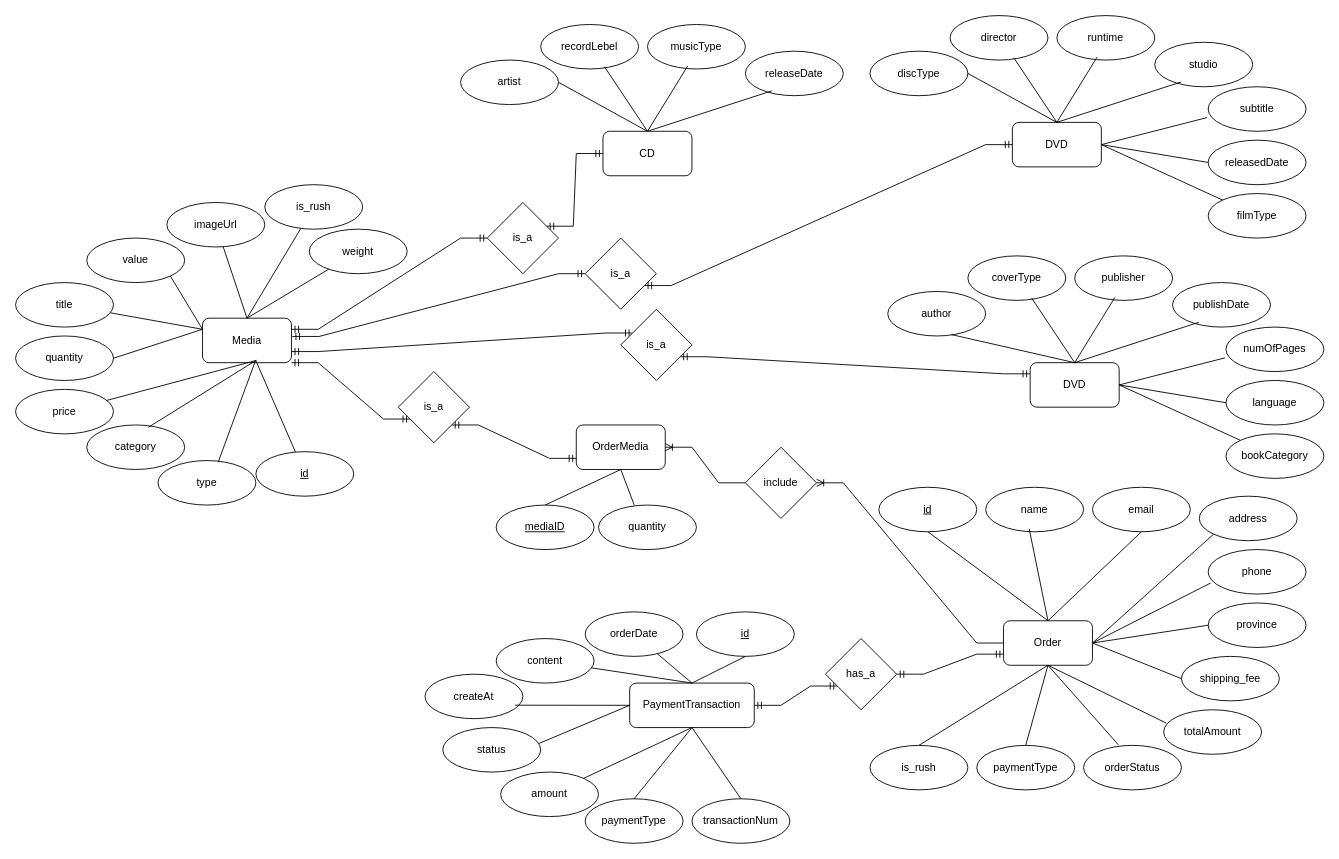
Above: page "Page-1" (1 of 2) of Design/DataModeling/Conceptual Data Model/ERD.drawio in Vietanh-Vu/TKXDPM.VP.20241.06 (draw.io), before the change. Source tidied: cells renumbered, new cells numbered last; positions are measured from the earlier drawing's top-left corner, leaving out a move shared by most shapes. Both pictures are drawn from the tidied source at 89%, with x=0, y=0 at pixel (15, 15).
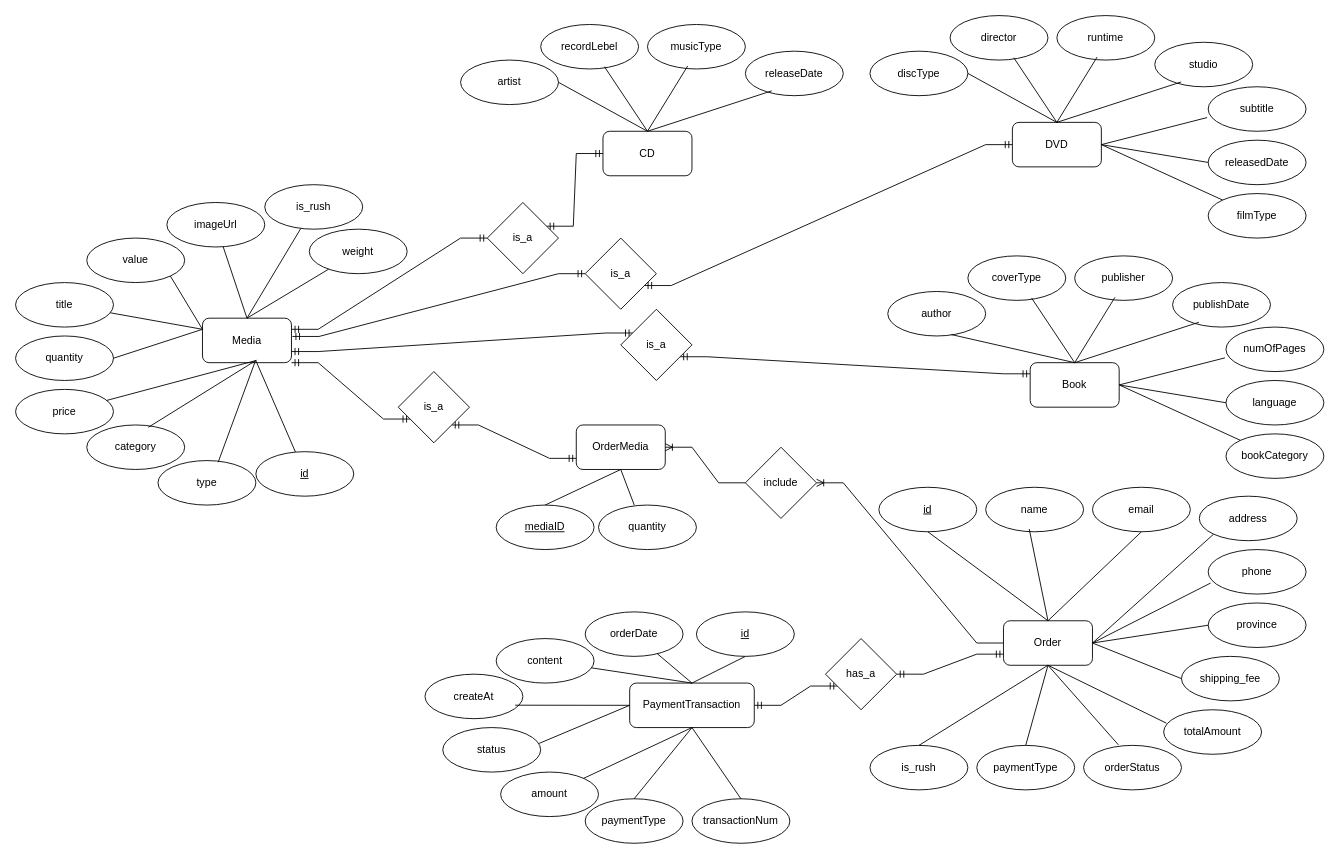
The same page after the edit.

Change to the diagram source:
```diff
@@
-    <mxCell id="53" value="DVD" style="rounded=1;whiteSpace=wrap;html=1;" parent="1" vertex="1">
+    <mxCell id="53" value="Book" style="rounded=1;whiteSpace=wrap;html=1;" parent="1" vertex="1">
       <mxGeometry x="1140" y="390" width="100" height="50" as="geometry" />
     </mxCell>
```
